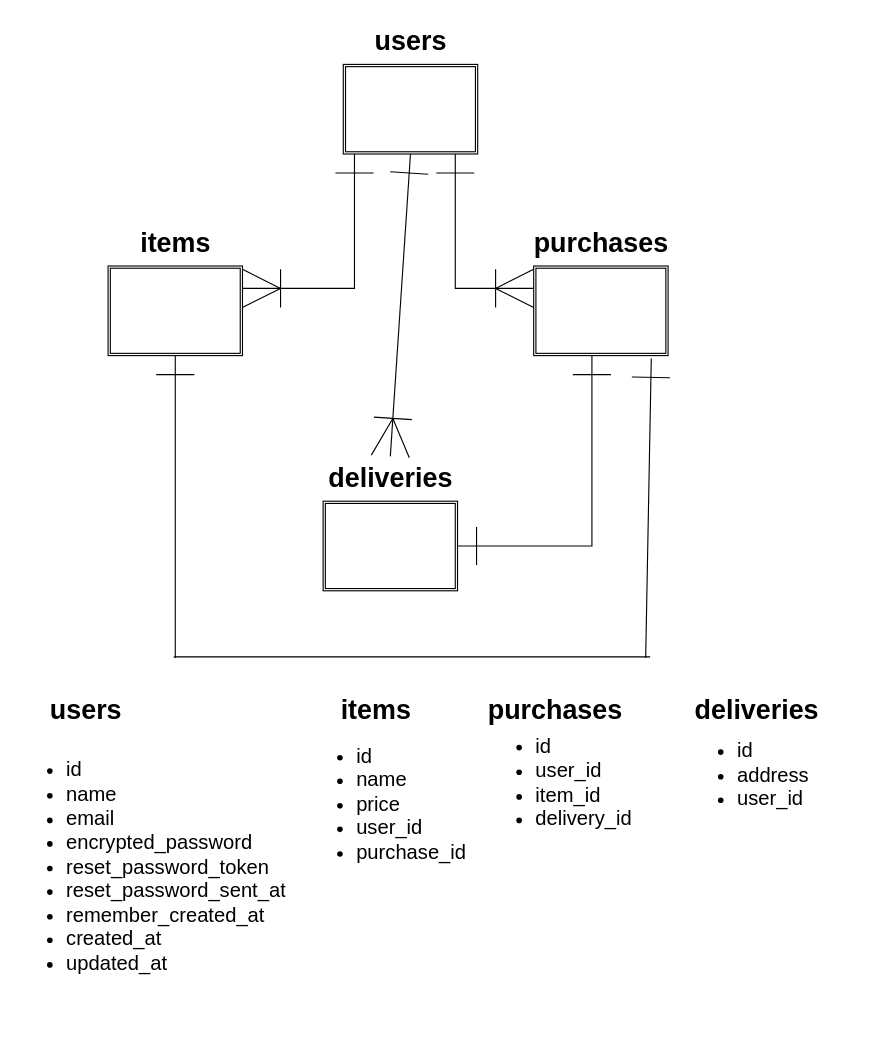
roundshape/furima-40408 keeps this draw.io diagram as db/er.dio. Above is the earlier version. Source tidied: cells renumbered, new cells numbered last; positions are measured from the earlier drawing's top-left corner, leaving out a move shared by most shapes. Both pictures are drawn from the tidied source at 112%, with x=0, y=0 at pixel (19, 19).
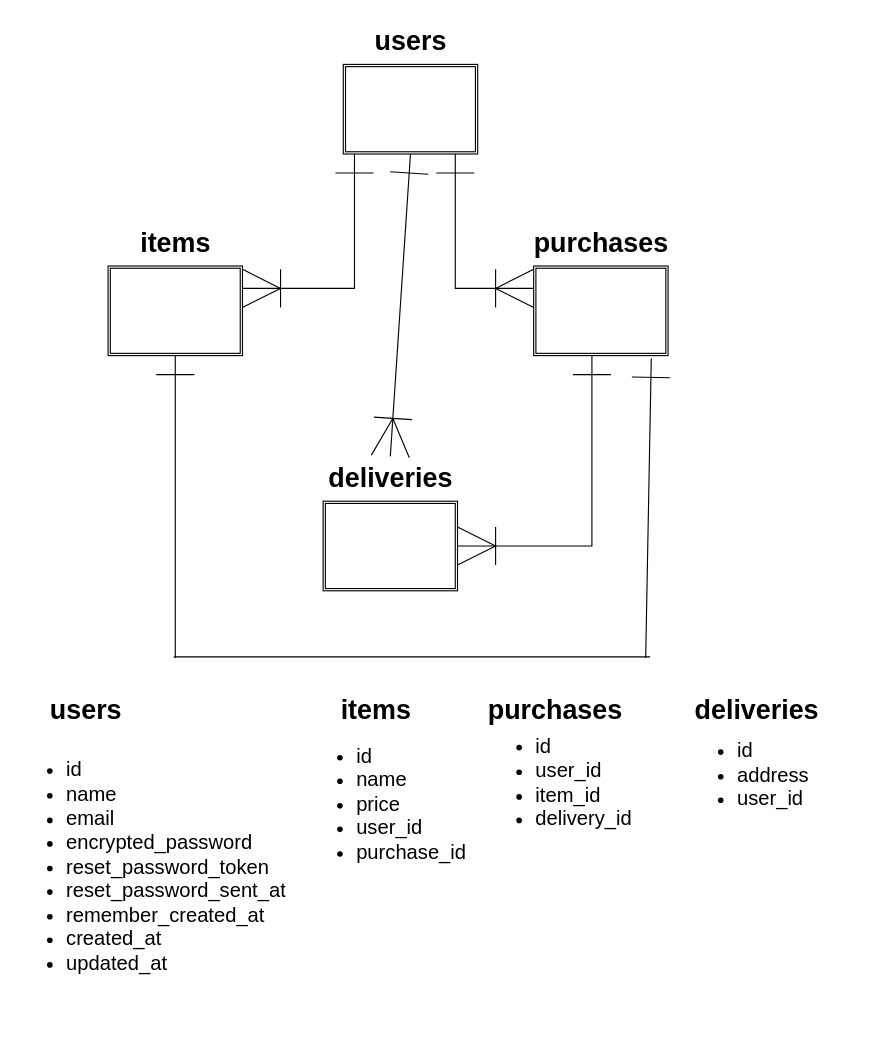
After the change.

Unchanged cells that the change refers to:
```xml
<mxCell id="8" style="shape=ext;double=1;rounded=0;whiteSpace=wrap;html=1;" parent="1" vertex="1">
  <mxGeometry x="271" y="430" width="120" height="80" as="geometry" />
</mxCell>
```

The edit, as a diff of the source:
```diff
@@
-    <mxCell id="13" style="edgeStyle=segmentEdgeStyle;endArrow=ERone;html=1;curved=0;rounded=0;endSize=32;startSize=32;targetPerimeterSpacing=0;exitX=1;exitY=0.5;exitDx=0;exitDy=0;endFill=0;startArrow=ERone;startFill=0;" parent="1" edge="1" source="8">
+    <mxCell id="13" style="edgeStyle=segmentEdgeStyle;endArrow=ERone;html=1;curved=0;rounded=0;endSize=32;startSize=32;targetPerimeterSpacing=0;exitX=1;exitY=0.5;exitDx=0;exitDy=0;endFill=0;startArrow=ERoneToMany;startFill=0;" parent="1" edge="1" source="8">
       <mxGeometry relative="1" as="geometry">
         <mxPoint x="511" y="300" as="targetPoint" />
         <Array as="points">
           <mxPoint x="511" y="470" />
         </Array>
       </mxGeometry>
     </mxCell>
```
